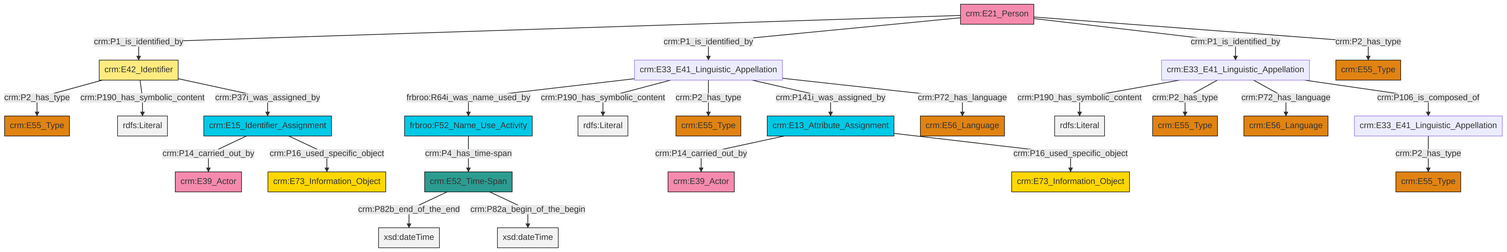
This is et/personCSV/ttl/mmd/png/Person_Names_and_Classification.png from swiss-art-research-net/docs.swissartresearch, a Mermaid export, as it was before one commit. Its source is kept beside it as et/personCSV/ttl/mmd/Person_Names_and_Classification.ttl.mmd.
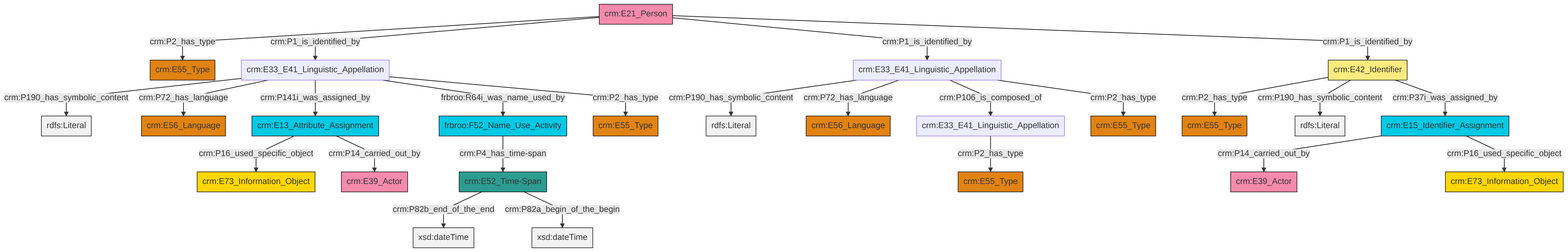
Later version of the same file.

Diff of the diagram source:
```diff
@@ -13,27 +13,27 @@
 classDef PC_Classes fill:#4ce600, stroke:#000000;
 classDef Multi fill:#cccccc,stroke:#000000;
 
-2["crm:E21_Person"]:::Actor -->|crm:P1_is_identified_by| 3["crm:E42_Identifier"]:::Appellation
-2["crm:E21_Person"]:::Actor -->|crm:P1_is_identified_by| 14["crm:E33_E41_Linguistic_Appellation"]:::Default
-4["crm:E13_Attribute_Assignment"]:::Temporal_Entity -->|crm:P14_carried_out_by| 15["crm:E39_Actor"]:::Actor
-16["crm:E15_Identifier_Assignment"]:::Temporal_Entity -->|crm:P14_carried_out_by| 6["crm:E39_Actor"]:::Actor
-14["crm:E33_E41_Linguistic_Appellation"]:::Default -->|frbroo:R64i_was_name_used_by| 8["frbroo:F52_Name_Use_Activity"]:::Temporal_Entity
-14["crm:E33_E41_Linguistic_Appellation"]:::Default -->|crm:P190_has_symbolic_content| 23[rdfs:Literal]:::Literal
-14["crm:E33_E41_Linguistic_Appellation"]:::Default -->|crm:P2_has_type| 29["crm:E55_Type"]:::Type
-10["crm:E33_E41_Linguistic_Appellation"]:::Default -->|crm:P190_has_symbolic_content| 30[rdfs:Literal]:::Literal
-19["crm:E33_E41_Linguistic_Appellation"]:::Default -->|crm:P2_has_type| 17["crm:E55_Type"]:::Type
-3["crm:E42_Identifier"]:::Appellation -->|crm:P2_has_type| 33["crm:E55_Type"]:::Type
-4["crm:E13_Attribute_Assignment"]:::Temporal_Entity -->|crm:P16_used_specific_object| 36["crm:E73_Information_Object"]:::Conceptual_Object
-14["crm:E33_E41_Linguistic_Appellation"]:::Default -->|crm:P141i_was_assigned_by| 4["crm:E13_Attribute_Assignment"]:::Temporal_Entity
-3["crm:E42_Identifier"]:::Appellation -->|crm:P190_has_symbolic_content| 37[rdfs:Literal]:::Literal
-27["crm:E52_Time-Span"]:::Time-Span -->|crm:P82b_end_of_the_end| 38[xsd:dateTime]:::Literal
-2["crm:E21_Person"]:::Actor -->|crm:P1_is_identified_by| 10["crm:E33_E41_Linguistic_Appellation"]:::Default
-8["frbroo:F52_Name_Use_Activity"]:::Temporal_Entity -->|crm:P4_has_time-span| 27["crm:E52_Time-Span"]:::Time-Span
-10["crm:E33_E41_Linguistic_Appellation"]:::Default -->|crm:P2_has_type| 34["crm:E55_Type"]:::Type
+2["crm:E15_Identifier_Assignment"]:::Temporal_Entity -->|crm:P14_carried_out_by| 3["crm:E39_Actor"]:::Actor
+10["crm:E21_Person"]:::Actor -->|crm:P2_has_type| 11["crm:E55_Type"]:::Type
+14["crm:E33_E41_Linguistic_Appellation"]:::Default -->|crm:P190_has_symbolic_content| 15[rdfs:Literal]:::Literal
+2["crm:E15_Identifier_Assignment"]:::Temporal_Entity -->|crm:P16_used_specific_object| 6["crm:E73_Information_Object"]:::Conceptual_Object
+16["crm:E33_E41_Linguistic_Appellation"]:::Default -->|crm:P2_has_type| 18["crm:E55_Type"]:::Type
 14["crm:E33_E41_Linguistic_Appellation"]:::Default -->|crm:P72_has_language| 12["crm:E56_Language"]:::Type
-3["crm:E42_Identifier"]:::Appellation -->|crm:P37i_was_assigned_by| 16["crm:E15_Identifier_Assignment"]:::Temporal_Entity
-27["crm:E52_Time-Span"]:::Time-Span -->|crm:P82a_begin_of_the_begin| 43[xsd:dateTime]:::Literal
-10["crm:E33_E41_Linguistic_Appellation"]:::Default -->|crm:P72_has_language| 0["crm:E56_Language"]:::Type
-2["crm:E21_Person"]:::Actor -->|crm:P2_has_type| 21["crm:E55_Type"]:::Type
-16["crm:E15_Identifier_Assignment"]:::Temporal_Entity -->|crm:P16_used_specific_object| 25["crm:E73_Information_Object"]:::Conceptual_Object
-10["crm:E33_E41_Linguistic_Appellation"]:::Default -->|crm:P106_is_composed_of| 19["crm:E33_E41_Linguistic_Appellation"]:::Default
+19["crm:E42_Identifier"]:::Appellation -->|crm:P2_has_type| 20["crm:E55_Type"]:::Type
+14["crm:E33_E41_Linguistic_Appellation"]:::Default -->|crm:P106_is_composed_of| 16["crm:E33_E41_Linguistic_Appellation"]:::Default
+14["crm:E33_E41_Linguistic_Appellation"]:::Default -->|crm:P2_has_type| 21["crm:E55_Type"]:::Type
+4["crm:E33_E41_Linguistic_Appellation"]:::Default -->|crm:P190_has_symbolic_content| 29[rdfs:Literal]:::Literal
+8["crm:E52_Time-Span"]:::Time-Span -->|crm:P82b_end_of_the_end| 30[xsd:dateTime]:::Literal
+31["frbroo:F52_Name_Use_Activity"]:::Temporal_Entity -->|crm:P4_has_time-span| 8["crm:E52_Time-Span"]:::Time-Span
+4["crm:E33_E41_Linguistic_Appellation"]:::Default -->|crm:P72_has_language| 25["crm:E56_Language"]:::Type
+23["crm:E13_Attribute_Assignment"]:::Temporal_Entity -->|crm:P16_used_specific_object| 0["crm:E73_Information_Object"]:::Conceptual_Object
+4["crm:E33_E41_Linguistic_Appellation"]:::Default -->|crm:P141i_was_assigned_by| 23["crm:E13_Attribute_Assignment"]:::Temporal_Entity
+10["crm:E21_Person"]:::Actor -->|crm:P1_is_identified_by| 4["crm:E33_E41_Linguistic_Appellation"]:::Default
+19["crm:E42_Identifier"]:::Appellation -->|crm:P190_has_symbolic_content| 39[rdfs:Literal]:::Literal
+4["crm:E33_E41_Linguistic_Appellation"]:::Default -->|frbroo:R64i_was_name_used_by| 31["frbroo:F52_Name_Use_Activity"]:::Temporal_Entity
+8["crm:E52_Time-Span"]:::Time-Span -->|crm:P82a_begin_of_the_begin| 40[xsd:dateTime]:::Literal
+10["crm:E21_Person"]:::Actor -->|crm:P1_is_identified_by| 14["crm:E33_E41_Linguistic_Appellation"]:::Default
+23["crm:E13_Attribute_Assignment"]:::Temporal_Entity -->|crm:P14_carried_out_by| 34["crm:E39_Actor"]:::Actor
+10["crm:E21_Person"]:::Actor -->|crm:P1_is_identified_by| 19["crm:E42_Identifier"]:::Appellation
+4["crm:E33_E41_Linguistic_Appellation"]:::Default -->|crm:P2_has_type| 42["crm:E55_Type"]:::Type
+19["crm:E42_Identifier"]:::Appellation -->|crm:P37i_was_assigned_by| 2["crm:E15_Identifier_Assignment"]:::Temporal_Entity
```
